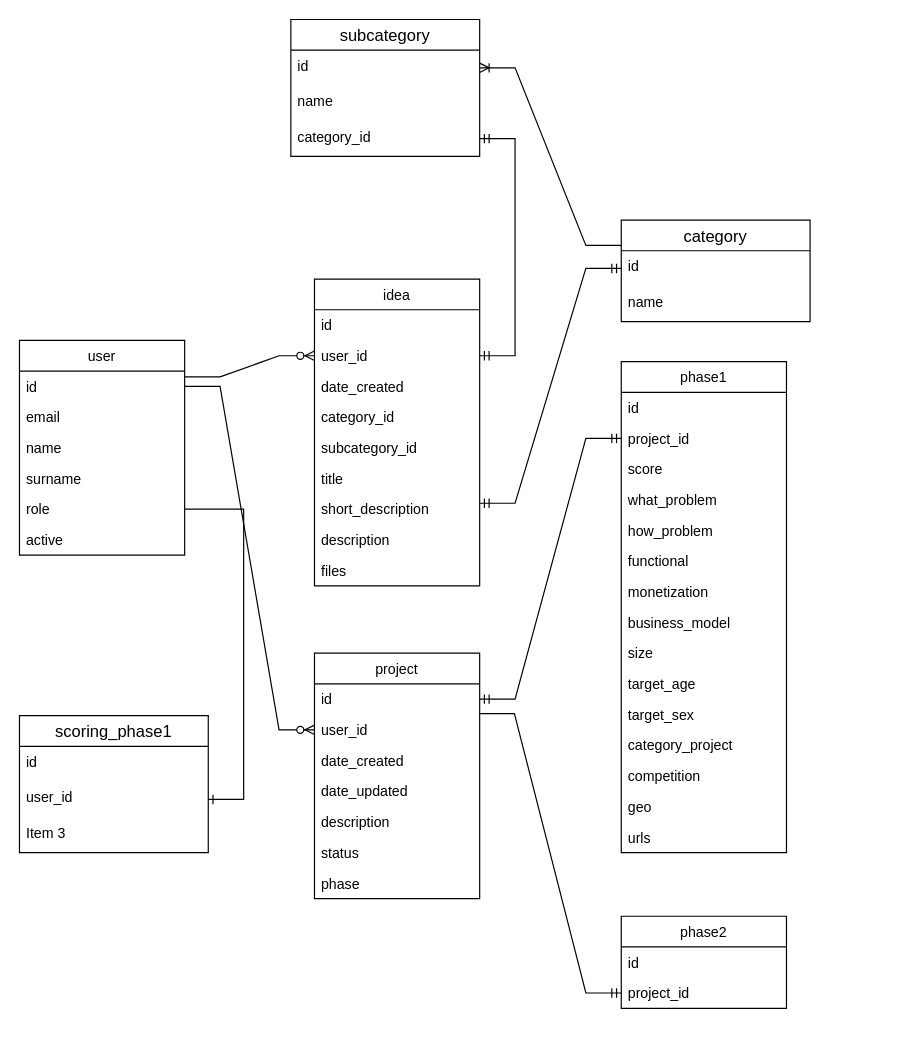
This is idea-hub.drawio from oleguslee/oleguslee, a draw.io file, before an edit. Source tidied: cells renumbered, new cells numbered last; positions are measured from the earlier drawing's top-left corner, leaving out a move shared by most shapes. Both pictures are drawn from the tidied source at 118%, with x=0, y=0 at pixel (19, 19).
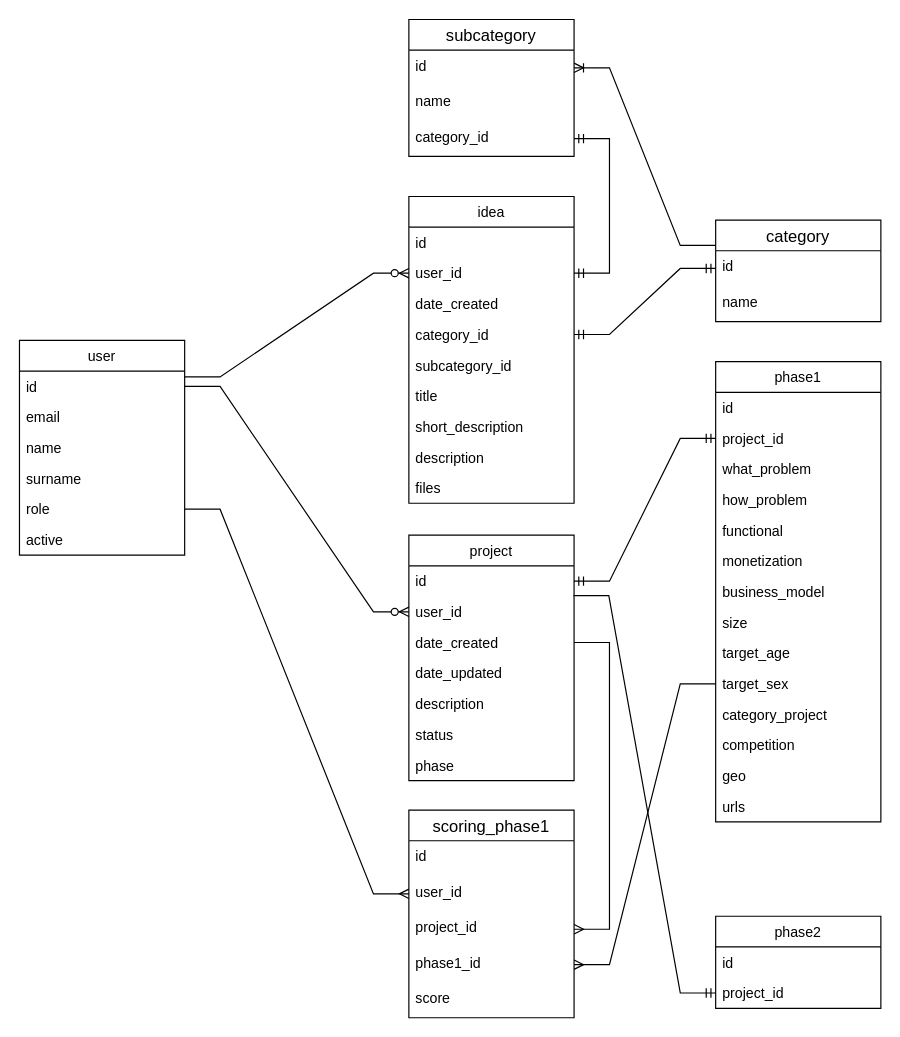
The same diagram, later.

The change refers to these unchanged cells:
```xml
<mxCell id="7" value="role" style="text;strokeColor=none;fillColor=none;align=left;verticalAlign=top;spacingLeft=4;spacingRight=4;overflow=hidden;points=[[0,0.5],[1,0.5]];portConstraint=eastwest;" parent="2" vertex="1">
  <mxGeometry y="130" width="140" height="26" as="geometry" />
</mxCell>
<mxCell id="13" value="category_id" style="text;strokeColor=none;fillColor=none;align=left;verticalAlign=top;spacingLeft=4;spacingRight=4;overflow=hidden;points=[[0,0.5],[1,0.5]];portConstraint=eastwest;" parent="9" vertex="1">
  <mxGeometry y="104" width="140" height="26" as="geometry" />
</mxCell>
<mxCell id="22" value="date_created" style="text;strokeColor=none;fillColor=none;align=left;verticalAlign=top;spacingLeft=4;spacingRight=4;overflow=hidden;points=[[0,0.5],[1,0.5]];portConstraint=eastwest;" parent="19" vertex="1">
  <mxGeometry y="78" width="140" height="26" as="geometry" />
</mxCell>
```

Change to the diagram source:
```diff
@@
     <mxCell id="9" value="idea" style="swimlane;fontStyle=0;horizontal=1;startSize=26;fillColor=none;" parent="1" vertex="1">
-      <mxGeometry x="250" y="220" width="140" height="260" as="geometry" />
+      <mxGeometry x="330" y="150" width="140" height="260" as="geometry" />
     </mxCell>
@@
     <mxCell id="19" value="project" style="swimlane;fontStyle=0;horizontal=1;startSize=26;fillColor=none;" parent="1" vertex="1">
-      <mxGeometry x="250" y="537" width="140" height="208" as="geometry" />
+      <mxGeometry x="330" y="437" width="140" height="208" as="geometry" />
     </mxCell>
@@
     <mxCell id="27" value="phase1" style="swimlane;fontStyle=0;horizontal=1;startSize=26;fillColor=none;" parent="1" vertex="1">
-      <mxGeometry x="510" y="290" width="140" height="416" as="geometry" />
+      <mxGeometry x="590" y="290" width="140" height="390" as="geometry" />
     </mxCell>
@@
-    <mxCell id="30" value="score" style="text;strokeColor=none;fillColor=none;align=left;verticalAlign=top;spacingLeft=4;spacingRight=4;overflow=hidden;" parent="27" vertex="1">
-      <mxGeometry y="78" width="140" height="26" as="geometry" />
-    </mxCell>
     <mxCell id="31" value="what_problem" style="text;strokeColor=none;fillColor=none;align=left;verticalAlign=top;spacingLeft=4;spacingRight=4;overflow=hidden;" parent="27" vertex="1">
-      <mxGeometry y="104" width="140" height="26" as="geometry" />
+      <mxGeometry y="78" width="140" height="26" as="geometry" />
     </mxCell>
     <mxCell id="32" value="how_problem" style="text;strokeColor=none;fillColor=none;align=left;verticalAlign=top;spacingLeft=4;spacingRight=4;overflow=hidden;" parent="27" vertex="1">
-      <mxGeometry y="130" width="140" height="26" as="geometry" />
+      <mxGeometry y="104" width="140" height="26" as="geometry" />
     </mxCell>
     <mxCell id="33" value="functional" style="text;strokeColor=none;fillColor=none;align=left;verticalAlign=top;spacingLeft=4;spacingRight=4;overflow=hidden;" parent="27" vertex="1">
-      <mxGeometry y="156" width="140" height="26" as="geometry" />
+      <mxGeometry y="130" width="140" height="26" as="geometry" />
     </mxCell>
     <mxCell id="34" value="monetization" style="text;strokeColor=none;fillColor=none;align=left;verticalAlign=top;spacingLeft=4;spacingRight=4;overflow=hidden;" parent="27" vertex="1">
-      <mxGeometry y="182" width="140" height="26" as="geometry" />
+      <mxGeometry y="156" width="140" height="26" as="geometry" />
     </mxCell>
     <mxCell id="35" value="business_model" style="text;strokeColor=none;fillColor=none;align=left;verticalAlign=top;spacingLeft=4;spacingRight=4;overflow=hidden;" parent="27" vertex="1">
-      <mxGeometry y="208" width="140" height="26" as="geometry" />
+      <mxGeometry y="182" width="140" height="26" as="geometry" />
     </mxCell>
     <mxCell id="36" value="size" style="text;strokeColor=none;fillColor=none;align=left;verticalAlign=top;spacingLeft=4;spacingRight=4;overflow=hidden;" parent="27" vertex="1">
-      <mxGeometry y="234" width="140" height="26" as="geometry" />
+      <mxGeometry y="208" width="140" height="26" as="geometry" />
     </mxCell>
     <mxCell id="37" value="target_age" style="text;strokeColor=none;fillColor=none;align=left;verticalAlign=top;spacingLeft=4;spacingRight=4;overflow=hidden;" parent="27" vertex="1">
-      <mxGeometry y="260" width="140" height="26" as="geometry" />
+      <mxGeometry y="234" width="140" height="26" as="geometry" />
     </mxCell>
     <mxCell id="38" value="target_sex" style="text;strokeColor=none;fillColor=none;align=left;verticalAlign=top;spacingLeft=4;spacingRight=4;overflow=hidden;points=[[0,0.5],[1,0.5]];portConstraint=eastwest;" parent="27" vertex="1">
-      <mxGeometry y="286" width="140" height="26" as="geometry" />
+      <mxGeometry y="260" width="140" height="26" as="geometry" />
     </mxCell>
     <mxCell id="39" value="category_project" style="text;strokeColor=none;fillColor=none;align=left;verticalAlign=top;spacingLeft=4;spacingRight=4;overflow=hidden;" parent="27" vertex="1">
-      <mxGeometry y="312" width="140" height="26" as="geometry" />
+      <mxGeometry y="286" width="140" height="26" as="geometry" />
     </mxCell>
     <mxCell id="40" value="competition" style="text;strokeColor=none;fillColor=none;align=left;verticalAlign=top;spacingLeft=4;spacingRight=4;overflow=hidden;" parent="27" vertex="1">
-      <mxGeometry y="338" width="140" height="26" as="geometry" />
+      <mxGeometry y="312" width="140" height="26" as="geometry" />
     </mxCell>
     <mxCell id="41" value="geo" style="text;strokeColor=none;fillColor=none;align=left;verticalAlign=top;spacingLeft=4;spacingRight=4;overflow=hidden;" parent="27" vertex="1">
-      <mxGeometry y="364" width="140" height="26" as="geometry" />
+      <mxGeometry y="338" width="140" height="26" as="geometry" />
     </mxCell>
     <mxCell id="42" value="urls" style="text;strokeColor=none;fillColor=none;align=left;verticalAlign=top;spacingLeft=4;spacingRight=4;overflow=hidden;" parent="27" vertex="1">
-      <mxGeometry y="390" width="140" height="26" as="geometry" />
+      <mxGeometry y="364" width="140" height="26" as="geometry" />
     </mxCell>
@@
     <mxCell id="46" value="phase2" style="swimlane;fontStyle=0;horizontal=1;startSize=26;fillColor=none;" parent="1" vertex="1">
-      <mxGeometry x="510" y="760" width="140" height="78" as="geometry" />
+      <mxGeometry x="590" y="760" width="140" height="78" as="geometry" />
     </mxCell>
@@
     <mxCell id="50" value="category" style="swimlane;fontStyle=0;horizontal=1;startSize=26;align=center;fontSize=14;" parent="1" vertex="1">
-      <mxGeometry x="510" y="170" width="160" height="86" as="geometry" />
+      <mxGeometry x="590" y="170" width="140" height="86" as="geometry" />
     </mxCell>
     <mxCell id="51" value="id" style="text;strokeColor=none;fillColor=none;spacingLeft=4;spacingRight=4;overflow=hidden;points=[[0,0.5],[1,0.5]];portConstraint=eastwest;fontSize=12;" parent="50" vertex="1">
-      <mxGeometry y="26" width="160" height="30" as="geometry" />
+      <mxGeometry y="26" width="140" height="30" as="geometry" />
     </mxCell>
     <mxCell id="52" value="name" style="text;strokeColor=none;fillColor=none;spacingLeft=4;spacingRight=4;overflow=hidden;fontSize=12;" parent="50" vertex="1">
-      <mxGeometry y="56" width="160" height="30" as="geometry" />
+      <mxGeometry y="56" width="140" height="30" as="geometry" />
     </mxCell>
     <mxCell id="53" value="subcategory" style="swimlane;fontStyle=0;horizontal=1;startSize=26;align=center;fontSize=14;" parent="1" vertex="1">
-      <mxGeometry x="230" width="160" height="116" as="geometry" />
+      <mxGeometry x="330" width="140" height="116" as="geometry" />
     </mxCell>
     <mxCell id="54" value="id" style="text;strokeColor=none;fillColor=none;spacingLeft=4;spacingRight=4;overflow=hidden;points=[[0,0.5],[1,0.5]];portConstraint=eastwest;fontSize=12;" parent="53" vertex="1">
-      <mxGeometry y="26" width="160" height="30" as="geometry" />
+      <mxGeometry y="26" width="140" height="30" as="geometry" />
     </mxCell>
     <mxCell id="55" value="name" style="text;strokeColor=none;fillColor=none;spacingLeft=4;spacingRight=4;overflow=hidden;fontSize=12;" parent="53" vertex="1">
-      <mxGeometry y="56" width="160" height="30" as="geometry" />
+      <mxGeometry y="56" width="140" height="30" as="geometry" />
     </mxCell>
     <mxCell id="56" value="category_id" style="text;strokeColor=none;fillColor=none;spacingLeft=4;spacingRight=4;overflow=hidden;points=[[0,0.5],[1,0.5]];portConstraint=eastwest;fontSize=12;" parent="53" vertex="1">
-      <mxGeometry y="86" width="160" height="30" as="geometry" />
+      <mxGeometry y="86" width="140" height="30" as="geometry" />
     </mxCell>
-    <mxCell id="57" style="edgeStyle=entityRelationEdgeStyle;fontSize=12;html=1;endArrow=ERmandOne;startArrow=ERmandOne;rounded=0;entryX=0;entryY=0.5;entryDx=0;entryDy=0;" parent="1" edge="1" target="51">
-      <mxGeometry relative="1" as="geometry">
-        <mxPoint x="390" y="410" as="sourcePoint" />
-      </mxGeometry>
+    <mxCell id="57" style="edgeStyle=entityRelationEdgeStyle;fontSize=12;html=1;endArrow=ERmandOne;startArrow=ERmandOne;rounded=0;entryX=0;entryY=0.5;entryDx=0;entryDy=0;exitX=1;exitY=0.5;exitDx=0;exitDy=0;" parent="1" edge="1" source="13" target="51">
+      <mxGeometry relative="1" as="geometry" />
     </mxCell>
@@
     <mxCell id="60" value="scoring_phase1" style="swimlane;fontStyle=0;horizontal=1;startSize=26;align=center;fontSize=14;" parent="1" vertex="1">
-      <mxGeometry y="590" width="160" height="116" as="geometry" />
+      <mxGeometry x="330" y="670" width="140" height="176" as="geometry" />
     </mxCell>
     <mxCell id="61" value="id" style="text;strokeColor=none;fillColor=none;spacingLeft=4;spacingRight=4;overflow=hidden;fontSize=12;" parent="60" vertex="1">
-      <mxGeometry y="26" width="160" height="30" as="geometry" />
+      <mxGeometry y="26" width="140" height="30" as="geometry" />
     </mxCell>
     <mxCell id="62" value="user_id" style="text;strokeColor=none;fillColor=none;spacingLeft=4;spacingRight=4;overflow=hidden;points=[[0,0.5],[1,0.5]];portConstraint=eastwest;fontSize=12;" parent="60" vertex="1">
-      <mxGeometry y="56" width="160" height="30" as="geometry" />
+      <mxGeometry y="56" width="140" height="30" as="geometry" />
     </mxCell>
+    <mxCell id="65" value="project_id" style="text;strokeColor=none;fillColor=none;spacingLeft=4;spacingRight=4;overflow=hidden;points=[[0,0.5],[1,0.5]];portConstraint=eastwest;fontSize=12;" parent="60" vertex="1">
+      <mxGeometry y="86" width="140" height="30" as="geometry" />
+    </mxCell>
+    <mxCell id="66" value="phase1_id" style="text;strokeColor=none;fillColor=none;spacingLeft=4;spacingRight=4;overflow=hidden;points=[[0,0.5],[1,0.5]];portConstraint=eastwest;fontSize=12;" parent="60" vertex="1">
+      <mxGeometry y="116" width="140" height="30" as="geometry" />
+    </mxCell>
-    <mxCell id="63" value="Item 3" style="text;strokeColor=none;fillColor=none;spacingLeft=4;spacingRight=4;overflow=hidden;fontSize=12;" parent="60" vertex="1">
-      <mxGeometry y="86" width="160" height="30" as="geometry" />
+    <mxCell id="63" value="score" style="text;strokeColor=none;fillColor=none;spacingLeft=4;spacingRight=4;overflow=hidden;fontSize=12;" parent="60" vertex="1">
+      <mxGeometry y="146" width="140" height="30" as="geometry" />
     </mxCell>
+    <mxCell id="67" style="edgeStyle=entityRelationEdgeStyle;fontSize=12;html=1;endArrow=ERmany;rounded=0;entryX=1;entryY=0.5;entryDx=0;entryDy=0;" parent="1" edge="1" source="38" target="66">
+      <mxGeometry relative="1" as="geometry" />
+    </mxCell>
-    <mxCell id="64" style="edgeStyle=entityRelationEdgeStyle;fontSize=12;html=1;endArrow=ERone;endFill=1;rounded=0;exitX=1;exitY=0.5;exitDx=0;exitDy=0;" parent="1" edge="1" source="7" target="62">
+    <mxCell id="64" style="edgeStyle=entityRelationEdgeStyle;fontSize=12;html=1;endArrow=ERmany;rounded=0;exitX=1;exitY=0.5;exitDx=0;exitDy=0;" parent="1" edge="1" source="7" target="62">
       <mxGeometry relative="1" as="geometry" />
     </mxCell>
+    <mxCell id="68" style="edgeStyle=entityRelationEdgeStyle;fontSize=12;html=1;endArrow=ERmany;rounded=0;entryX=1;entryY=0.5;entryDx=0;entryDy=0;" parent="1" edge="1" source="22" target="65">
+      <mxGeometry relative="1" as="geometry" />
+    </mxCell>
```
